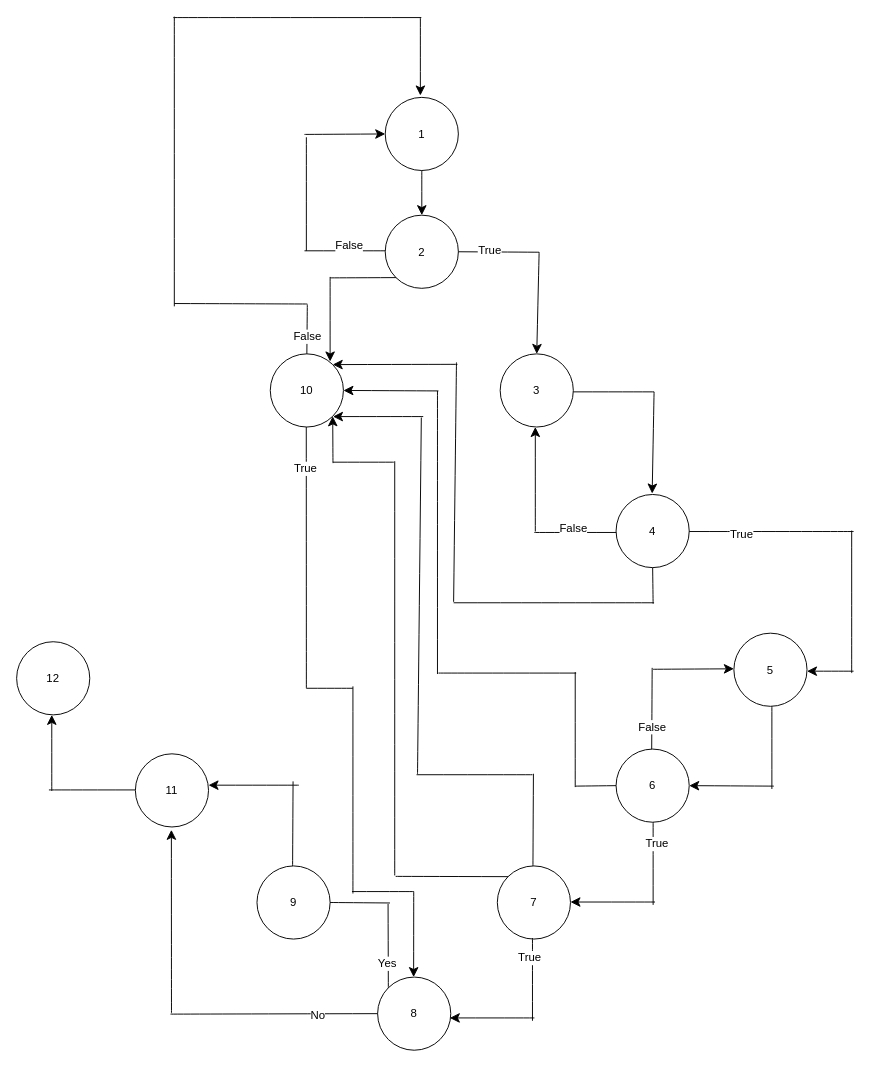
Earlier version of the draw.io diagram Untitled Diagram.drawio (Fashich/APSI_Kelompok-1). Source tidied: cells renumbered, new cells numbered last; positions are measured from the earlier drawing's top-left corner, leaving out a move shared by most shapes. Both pictures are drawn from the tidied source at 95%, with x=0, y=0 at pixel (16, 16).
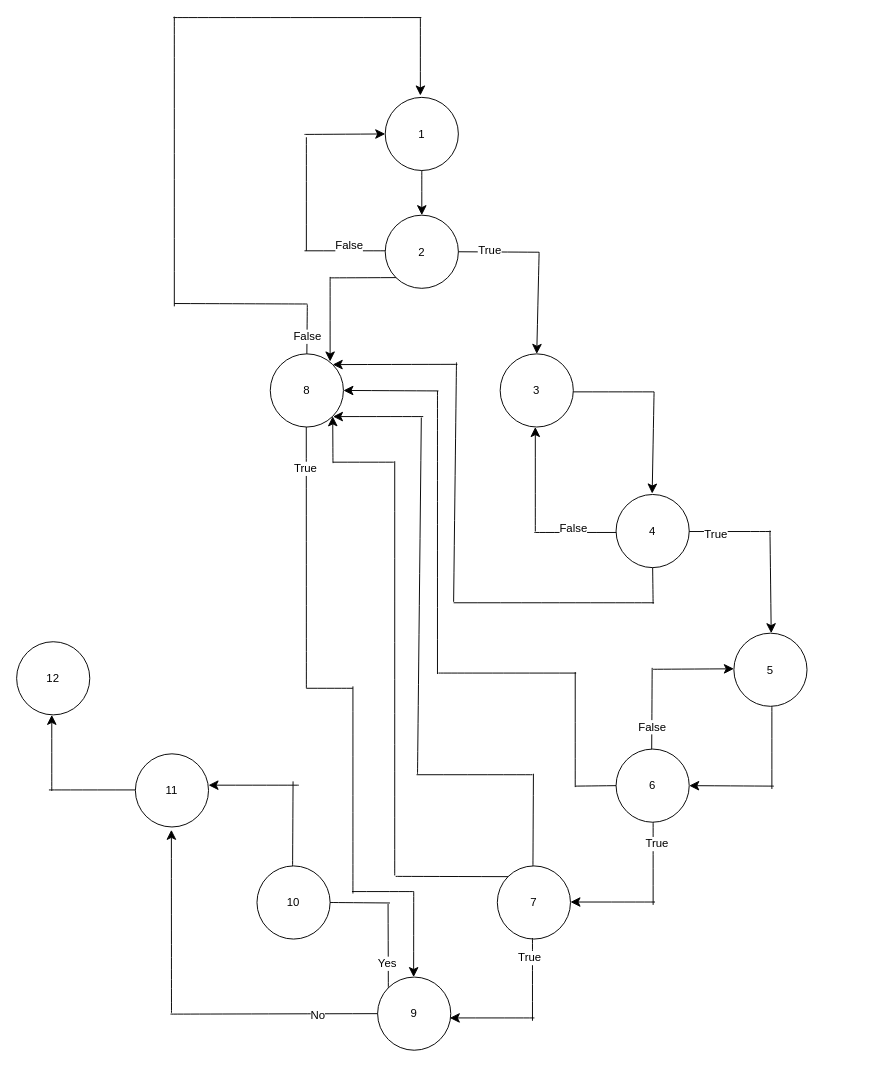
After the change.

Change to the diagram source:
```diff
@@
-    <mxCell id="10" value="8" style="ellipse;whiteSpace=wrap;html=1;" parent="1" vertex="1">
+    <mxCell id="10" value="9" style="ellipse;whiteSpace=wrap;html=1;" parent="1" vertex="1">
       <mxGeometry x="380" y="1011" width="77" height="77" as="geometry" />
     </mxCell>
-    <mxCell id="11" value="9" style="ellipse;whiteSpace=wrap;html=1;" parent="1" vertex="1">
+    <mxCell id="11" value="10" style="ellipse;whiteSpace=wrap;html=1;" parent="1" vertex="1">
       <mxGeometry x="253" y="894" width="77" height="77" as="geometry" />
     </mxCell>
@@
-    <mxCell id="14" value="10" style="ellipse;whiteSpace=wrap;html=1;" parent="1" vertex="1">
+    <mxCell id="14" value="8" style="ellipse;whiteSpace=wrap;html=1;" parent="1" vertex="1">
       <mxGeometry x="267" y="355" width="77" height="77" as="geometry" />
     </mxCell>
@@
     <mxCell id="24" style="endArrow=none;html=1;rounded=0;fontSize=12;startSize=8;endSize=8;curved=1;entryX=1;entryY=0.5;entryDx=0;entryDy=0;" parent="1" edge="1">
       <mxGeometry relative="1" as="geometry">
-        <mxPoint x="881" y="542" as="sourcePoint" />
+        <mxPoint x="794" y="542" as="sourcePoint" />
         <mxPoint x="708" y="542" as="targetPoint" />
       </mxGeometry>
     </mxCell>
@@
-    <mxCell id="26" style="endArrow=classic;html=1;rounded=0;fontSize=12;startSize=8;endSize=8;curved=1;entryX=0.5;entryY=0;entryDx=0;entryDy=0;" parent="1" edge="1">
+    <mxCell id="26" style="endArrow=classic;html=1;rounded=0;fontSize=12;startSize=8;endSize=8;curved=1;" parent="1" edge="1">
       <mxGeometry relative="1" as="geometry">
-        <mxPoint x="881" y="689" as="sourcePoint" />
-        <mxPoint x="832" y="689" as="targetPoint" />
+        <mxPoint x="793" y="541" as="sourcePoint" />
+        <mxPoint x="794.3" y="649" as="targetPoint" />
       </mxGeometry>
     </mxCell>
@@
-    <mxCell id="60" style="endArrow=none;html=1;rounded=0;fontSize=12;startSize=8;endSize=8;curved=1;" parent="1" edge="1">
-      <mxGeometry relative="1" as="geometry">
-        <mxPoint x="879" y="691" as="sourcePoint" />
-        <mxPoint x="879" y="541" as="targetPoint" />
-      </mxGeometry>
-    </mxCell>
```
